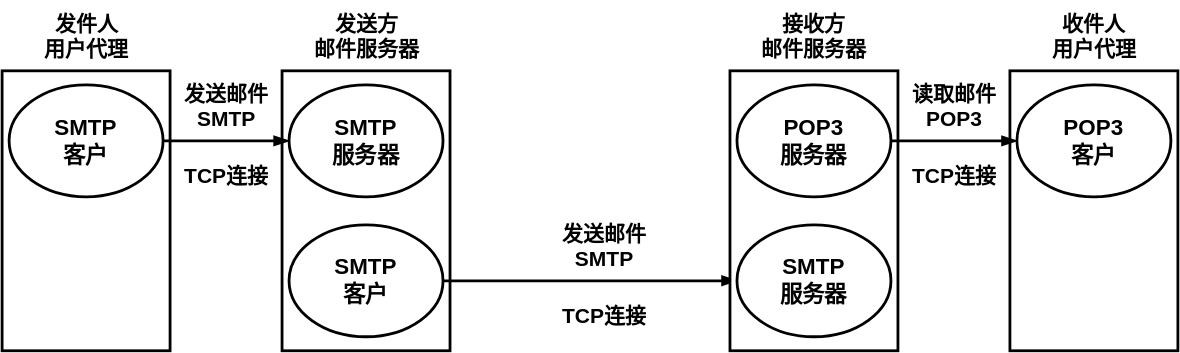
Earlier version of the draw.io export pictures/计算机网络-电子邮件系统最主要的组成构件.drawio.svg (creatern/NoteBook). Source tidied: cells renumbered, new cells last; positions are measured from the earlier drawing's top-left corner, leaving out a move shared by most shapes. Source of this version:
```xml
<mxGraphModel>
  <root>
    <mxCell id="0" />
    <mxCell id="1" parent="0" />
    <mxCell id="2" style="rounded=0;whiteSpace=wrap;html=1;strokeWidth=2;" parent="1" vertex="1">
      <mxGeometry y="50" width="120" height="200" as="geometry" />
    </mxCell>
    <mxCell id="3" value="&lt;b style=&quot;font-size: 16px;&quot;&gt;SMTP&lt;br style=&quot;font-size: 16px;&quot;&gt;客户&lt;/b&gt;" style="ellipse;whiteSpace=wrap;html=1;strokeWidth=2;fontSize=16;" parent="1" vertex="1">
      <mxGeometry x="5" y="60" width="110" height="80" as="geometry" />
    </mxCell>
    <mxCell id="4" style="rounded=0;whiteSpace=wrap;html=1;strokeWidth=2;" parent="1" vertex="1">
      <mxGeometry x="200" y="50" width="120" height="200" as="geometry" />
    </mxCell>
    <mxCell id="5" value="&lt;b style=&quot;font-size: 16px;&quot;&gt;SMTP&lt;br style=&quot;font-size: 16px;&quot;&gt;服务器&lt;br&gt;&lt;/b&gt;" style="ellipse;whiteSpace=wrap;html=1;strokeWidth=2;fontSize=16;" parent="1" vertex="1">
      <mxGeometry x="205" y="60" width="110" height="80" as="geometry" />
    </mxCell>
    <mxCell id="6" style="edgeStyle=orthogonalEdgeStyle;shape=connector;rounded=0;jettySize=auto;html=1;exitX=1;exitY=0.5;exitDx=0;exitDy=0;entryX=0;entryY=0.5;entryDx=0;entryDy=0;labelBackgroundColor=default;strokeColor=default;strokeWidth=2;fontFamily=Helvetica;fontSize=11;fontColor=default;endArrow=blockThin;endFill=1;" parent="1" edge="1" source="7" target="10">
      <mxGeometry relative="1" as="geometry" />
    </mxCell>
    <mxCell id="7" value="&lt;b style=&quot;font-size: 16px;&quot;&gt;SMTP&lt;br style=&quot;font-size: 16px;&quot;&gt;客户&lt;/b&gt;" style="ellipse;whiteSpace=wrap;html=1;strokeWidth=2;fontSize=16;" parent="1" vertex="1">
      <mxGeometry x="205" y="160" width="110" height="80" as="geometry" />
    </mxCell>
    <mxCell id="8" style="rounded=0;whiteSpace=wrap;html=1;strokeWidth=2;" parent="1" vertex="1">
      <mxGeometry x="520" y="50" width="120" height="200" as="geometry" />
    </mxCell>
    <mxCell id="9" value="&lt;b style=&quot;font-size: 16px;&quot;&gt;POP3&lt;br style=&quot;font-size: 16px;&quot;&gt;服务器&lt;br&gt;&lt;/b&gt;" style="ellipse;whiteSpace=wrap;html=1;strokeWidth=2;fontSize=16;" parent="1" vertex="1">
      <mxGeometry x="525" y="60" width="110" height="80" as="geometry" />
    </mxCell>
    <mxCell id="10" value="&lt;b style=&quot;font-size: 16px;&quot;&gt;SMTP&lt;br style=&quot;font-size: 16px;&quot;&gt;服务器&lt;br&gt;&lt;/b&gt;" style="ellipse;whiteSpace=wrap;html=1;strokeWidth=2;fontSize=16;" parent="1" vertex="1">
      <mxGeometry x="525" y="160" width="110" height="80" as="geometry" />
    </mxCell>
    <mxCell id="11" style="rounded=0;whiteSpace=wrap;html=1;strokeWidth=2;" parent="1" vertex="1">
      <mxGeometry x="720" y="50" width="120" height="200" as="geometry" />
    </mxCell>
    <mxCell id="12" value="&lt;b style=&quot;font-size: 16px;&quot;&gt;POP3&lt;br&gt;客户&lt;br&gt;&lt;/b&gt;" style="ellipse;whiteSpace=wrap;html=1;strokeWidth=2;fontSize=16;" parent="1" vertex="1">
      <mxGeometry x="725" y="60" width="110" height="80" as="geometry" />
    </mxCell>
    <mxCell id="13" style="edgeStyle=orthogonalEdgeStyle;rounded=0;jettySize=auto;html=1;exitX=1;exitY=0.5;exitDx=0;exitDy=0;entryX=0;entryY=0.5;entryDx=0;entryDy=0;strokeWidth=2;endArrow=blockThin;endFill=1;" parent="1" edge="1" source="3" target="5">
      <mxGeometry relative="1" as="geometry" />
    </mxCell>
    <mxCell id="14" value="&lt;b style=&quot;font-size: 15px;&quot;&gt;发送邮件&lt;br style=&quot;font-size: 15px;&quot;&gt;SMTP&lt;/b&gt;" style="text;html=1;align=center;verticalAlign=middle;strokeColor=none;fillColor=none;fontSize=15;fontFamily=Helvetica;fontColor=default;" parent="1" vertex="1">
      <mxGeometry x="120" y="50" width="80" height="50" as="geometry" />
    </mxCell>
    <mxCell id="15" value="&lt;b&gt;TCP连接&lt;/b&gt;" style="text;html=1;align=center;verticalAlign=middle;strokeColor=none;fillColor=none;fontSize=15;fontFamily=Helvetica;fontColor=default;" parent="1" vertex="1">
      <mxGeometry x="120" y="110" width="80" height="30" as="geometry" />
    </mxCell>
    <mxCell id="16" value="&lt;b style=&quot;font-size: 15px;&quot;&gt;发送邮件&lt;br style=&quot;font-size: 15px;&quot;&gt;SMTP&lt;/b&gt;" style="text;html=1;align=center;verticalAlign=middle;strokeColor=none;fillColor=none;fontSize=15;fontFamily=Helvetica;fontColor=default;" parent="1" vertex="1">
      <mxGeometry x="390" y="150" width="80" height="50" as="geometry" />
    </mxCell>
    <mxCell id="17" value="&lt;b&gt;TCP连接&lt;/b&gt;" style="text;html=1;align=center;verticalAlign=middle;strokeColor=none;fillColor=none;fontSize=15;fontFamily=Helvetica;fontColor=default;" parent="1" vertex="1">
      <mxGeometry x="390" y="210" width="80" height="30" as="geometry" />
    </mxCell>
    <mxCell id="18" value="&lt;b&gt;TCP连接&lt;/b&gt;" style="text;html=1;align=center;verticalAlign=middle;strokeColor=none;fillColor=none;fontSize=15;fontFamily=Helvetica;fontColor=default;" parent="1" vertex="1">
      <mxGeometry x="640" y="110" width="80" height="30" as="geometry" />
    </mxCell>
    <mxCell id="19" value="&lt;b style=&quot;font-size: 15px;&quot;&gt;读取邮件&lt;br style=&quot;font-size: 15px;&quot;&gt;POP3&lt;br&gt;&lt;/b&gt;" style="text;html=1;align=center;verticalAlign=middle;strokeColor=none;fillColor=none;fontSize=15;fontFamily=Helvetica;fontColor=default;" parent="1" vertex="1">
      <mxGeometry x="640" y="50" width="80" height="50" as="geometry" />
    </mxCell>
    <mxCell id="20" value="&lt;b&gt;发件人&lt;br&gt;用户代理&lt;/b&gt;" style="text;html=1;align=center;verticalAlign=middle;strokeColor=none;fillColor=none;fontSize=15;fontFamily=Helvetica;fontColor=default;" parent="1" vertex="1">
      <mxGeometry x="20" width="80" height="50" as="geometry" />
    </mxCell>
    <mxCell id="21" value="&lt;b&gt;发送方&lt;br&gt;邮件服务器&lt;br&gt;&lt;/b&gt;" style="text;html=1;align=center;verticalAlign=middle;strokeColor=none;fillColor=none;fontSize=15;fontFamily=Helvetica;fontColor=default;" parent="1" vertex="1">
      <mxGeometry x="210" width="100" height="50" as="geometry" />
    </mxCell>
    <mxCell id="22" value="&lt;b&gt;接收方&lt;br&gt;邮件服务器&lt;br&gt;&lt;/b&gt;" style="text;html=1;align=center;verticalAlign=middle;strokeColor=none;fillColor=none;fontSize=15;fontFamily=Helvetica;fontColor=default;" parent="1" vertex="1">
      <mxGeometry x="530" width="100" height="50" as="geometry" />
    </mxCell>
    <mxCell id="23" value="&lt;b&gt;收件人&lt;br&gt;用户代理&lt;/b&gt;" style="text;html=1;align=center;verticalAlign=middle;strokeColor=none;fillColor=none;fontSize=15;fontFamily=Helvetica;fontColor=default;" parent="1" vertex="1">
      <mxGeometry x="740" width="80" height="50" as="geometry" />
    </mxCell>
    <mxCell id="24" style="edgeStyle=orthogonalEdgeStyle;shape=connector;rounded=0;jettySize=auto;html=1;exitX=1;exitY=0.5;exitDx=0;exitDy=0;entryX=0;entryY=0.5;entryDx=0;entryDy=0;labelBackgroundColor=default;strokeColor=default;strokeWidth=2;fontFamily=Helvetica;fontSize=11;fontColor=default;endArrow=blockThin;endFill=1;" parent="1" edge="1" source="9" target="12">
      <mxGeometry relative="1" as="geometry" />
    </mxCell>
  </root>
</mxGraphModel>
```
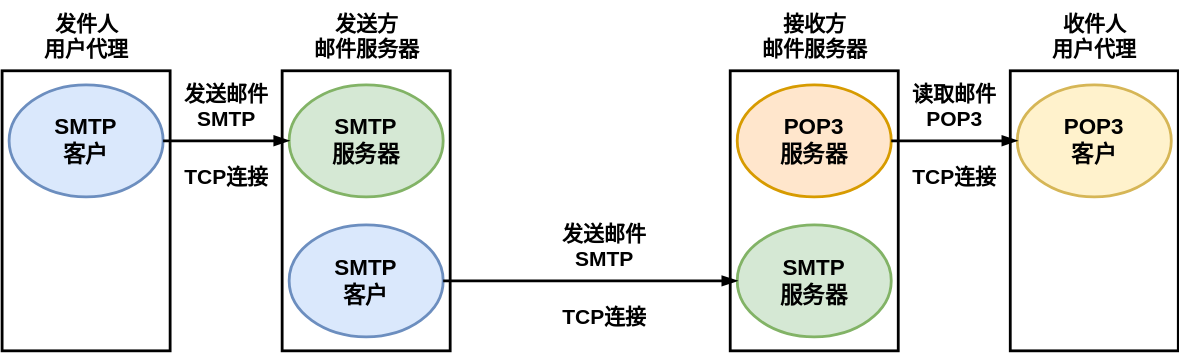
Later version of the same file.

Diff of the diagram source:
```diff
@@ -5,34 +5,31 @@
     <mxCell id="2" style="rounded=0;whiteSpace=wrap;html=1;strokeWidth=2;" parent="1" vertex="1">
       <mxGeometry y="50" width="120" height="200" as="geometry" />
     </mxCell>
-    <mxCell id="3" value="&lt;b style=&quot;font-size: 16px;&quot;&gt;SMTP&lt;br style=&quot;font-size: 16px;&quot;&gt;客户&lt;/b&gt;" style="ellipse;whiteSpace=wrap;html=1;strokeWidth=2;fontSize=16;" parent="1" vertex="1">
+    <mxCell id="3" value="&lt;b style=&quot;font-size: 16px;&quot;&gt;SMTP&lt;br style=&quot;font-size: 16px;&quot;&gt;客户&lt;/b&gt;" style="ellipse;whiteSpace=wrap;html=1;strokeWidth=2;fontSize=16;fillColor=#dae8fc;strokeColor=#6c8ebf;" parent="1" vertex="1">
       <mxGeometry x="5" y="60" width="110" height="80" as="geometry" />
     </mxCell>
     <mxCell id="4" style="rounded=0;whiteSpace=wrap;html=1;strokeWidth=2;" parent="1" vertex="1">
       <mxGeometry x="200" y="50" width="120" height="200" as="geometry" />
     </mxCell>
-    <mxCell id="5" value="&lt;b style=&quot;font-size: 16px;&quot;&gt;SMTP&lt;br style=&quot;font-size: 16px;&quot;&gt;服务器&lt;br&gt;&lt;/b&gt;" style="ellipse;whiteSpace=wrap;html=1;strokeWidth=2;fontSize=16;" parent="1" vertex="1">
+    <mxCell id="5" value="&lt;b style=&quot;font-size: 16px;&quot;&gt;SMTP&lt;br style=&quot;font-size: 16px;&quot;&gt;服务器&lt;br&gt;&lt;/b&gt;" style="ellipse;whiteSpace=wrap;html=1;strokeWidth=2;fontSize=16;fillColor=#d5e8d4;strokeColor=#82b366;" parent="1" vertex="1">
       <mxGeometry x="205" y="60" width="110" height="80" as="geometry" />
     </mxCell>
-    <mxCell id="6" style="edgeStyle=orthogonalEdgeStyle;shape=connector;rounded=0;jettySize=auto;html=1;exitX=1;exitY=0.5;exitDx=0;exitDy=0;entryX=0;entryY=0.5;entryDx=0;entryDy=0;labelBackgroundColor=default;strokeColor=default;strokeWidth=2;fontFamily=Helvetica;fontSize=11;fontColor=default;endArrow=blockThin;endFill=1;" parent="1" edge="1" source="7" target="10">
-      <mxGeometry relative="1" as="geometry" />
-    </mxCell>
-    <mxCell id="7" value="&lt;b style=&quot;font-size: 16px;&quot;&gt;SMTP&lt;br style=&quot;font-size: 16px;&quot;&gt;客户&lt;/b&gt;" style="ellipse;whiteSpace=wrap;html=1;strokeWidth=2;fontSize=16;" parent="1" vertex="1">
+    <mxCell id="7" value="&lt;b style=&quot;font-size: 16px;&quot;&gt;SMTP&lt;br style=&quot;font-size: 16px;&quot;&gt;客户&lt;/b&gt;" style="ellipse;whiteSpace=wrap;html=1;strokeWidth=2;fontSize=16;fillColor=#dae8fc;strokeColor=#6c8ebf;" parent="1" vertex="1">
       <mxGeometry x="205" y="160" width="110" height="80" as="geometry" />
     </mxCell>
     <mxCell id="8" style="rounded=0;whiteSpace=wrap;html=1;strokeWidth=2;" parent="1" vertex="1">
       <mxGeometry x="520" y="50" width="120" height="200" as="geometry" />
     </mxCell>
-    <mxCell id="9" value="&lt;b style=&quot;font-size: 16px;&quot;&gt;POP3&lt;br style=&quot;font-size: 16px;&quot;&gt;服务器&lt;br&gt;&lt;/b&gt;" style="ellipse;whiteSpace=wrap;html=1;strokeWidth=2;fontSize=16;" parent="1" vertex="1">
+    <mxCell id="9" value="&lt;b style=&quot;font-size: 16px;&quot;&gt;POP3&lt;br style=&quot;font-size: 16px;&quot;&gt;服务器&lt;br&gt;&lt;/b&gt;" style="ellipse;whiteSpace=wrap;html=1;strokeWidth=2;fontSize=16;fillColor=#ffe6cc;strokeColor=#d79b00;" parent="1" vertex="1">
       <mxGeometry x="525" y="60" width="110" height="80" as="geometry" />
     </mxCell>
-    <mxCell id="10" value="&lt;b style=&quot;font-size: 16px;&quot;&gt;SMTP&lt;br style=&quot;font-size: 16px;&quot;&gt;服务器&lt;br&gt;&lt;/b&gt;" style="ellipse;whiteSpace=wrap;html=1;strokeWidth=2;fontSize=16;" parent="1" vertex="1">
+    <mxCell id="10" value="&lt;b style=&quot;font-size: 16px;&quot;&gt;SMTP&lt;br style=&quot;font-size: 16px;&quot;&gt;服务器&lt;br&gt;&lt;/b&gt;" style="ellipse;whiteSpace=wrap;html=1;strokeWidth=2;fontSize=16;fillColor=#d5e8d4;strokeColor=#82b366;" parent="1" vertex="1">
       <mxGeometry x="525" y="160" width="110" height="80" as="geometry" />
     </mxCell>
     <mxCell id="11" style="rounded=0;whiteSpace=wrap;html=1;strokeWidth=2;" parent="1" vertex="1">
       <mxGeometry x="720" y="50" width="120" height="200" as="geometry" />
     </mxCell>
-    <mxCell id="12" value="&lt;b style=&quot;font-size: 16px;&quot;&gt;POP3&lt;br&gt;客户&lt;br&gt;&lt;/b&gt;" style="ellipse;whiteSpace=wrap;html=1;strokeWidth=2;fontSize=16;" parent="1" vertex="1">
+    <mxCell id="12" value="&lt;b style=&quot;font-size: 16px;&quot;&gt;POP3&lt;br&gt;客户&lt;br&gt;&lt;/b&gt;" style="ellipse;whiteSpace=wrap;html=1;strokeWidth=2;fontSize=16;fillColor=#fff2cc;strokeColor=#d6b656;" parent="1" vertex="1">
       <mxGeometry x="725" y="60" width="110" height="80" as="geometry" />
     </mxCell>
     <mxCell id="13" style="edgeStyle=orthogonalEdgeStyle;rounded=0;jettySize=auto;html=1;exitX=1;exitY=0.5;exitDx=0;exitDy=0;entryX=0;entryY=0.5;entryDx=0;entryDy=0;strokeWidth=2;endArrow=blockThin;endFill=1;" parent="1" edge="1" source="3" target="5">
@@ -71,5 +68,8 @@
     <mxCell id="24" style="edgeStyle=orthogonalEdgeStyle;shape=connector;rounded=0;jettySize=auto;html=1;exitX=1;exitY=0.5;exitDx=0;exitDy=0;entryX=0;entryY=0.5;entryDx=0;entryDy=0;labelBackgroundColor=default;strokeColor=default;strokeWidth=2;fontFamily=Helvetica;fontSize=11;fontColor=default;endArrow=blockThin;endFill=1;" parent="1" edge="1" source="9" target="12">
       <mxGeometry relative="1" as="geometry" />
     </mxCell>
+    <mxCell id="6" style="edgeStyle=orthogonalEdgeStyle;shape=connector;rounded=0;jettySize=auto;html=1;exitX=1;exitY=0.5;exitDx=0;exitDy=0;entryX=0;entryY=0.5;entryDx=0;entryDy=0;labelBackgroundColor=default;strokeColor=default;strokeWidth=2;fontFamily=Helvetica;fontSize=11;fontColor=default;endArrow=blockThin;endFill=1;" parent="1" edge="1" source="7" target="10">
+      <mxGeometry relative="1" as="geometry" />
+    </mxCell>
   </root>
 </mxGraphModel>
```
